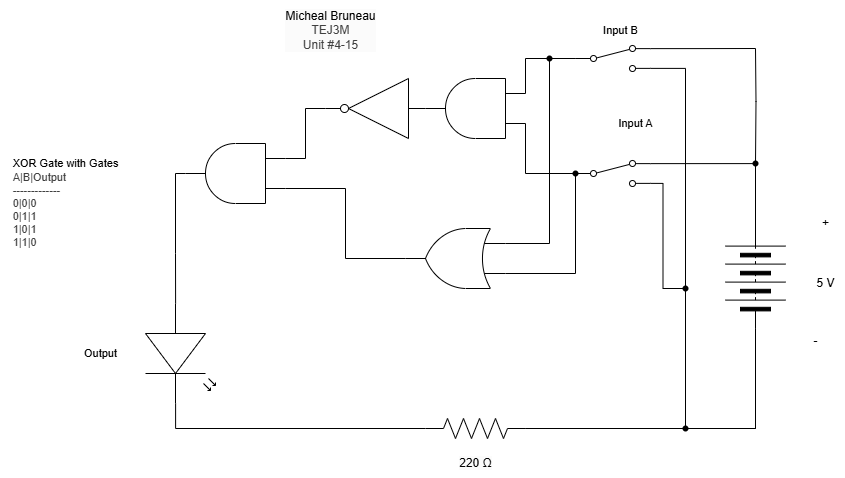
Before: TEJ3M-4-15/schematic_diagram.png, a diagram exported from draw.io (michael-bruneau/TEJ3M-Unit-4). Source tidied: cells renumbered, new cells last; positions are measured from the earlier drawing's top-left corner, leaving out a move shared by most shapes. Source of this version:
```xml
<mxGraphModel>
  <root>
    <mxCell id="0" />
    <mxCell id="1" parent="0" />
    <mxCell id="2" value="&lt;span style=&quot;scrollbar-color: rgb(226, 226, 226) rgb(251, 251, 251); background-color: rgb(251, 251, 251); color: rgb(0, 0, 0);&quot;&gt;Micheal Bruneau&lt;/span&gt;&lt;div style=&quot;scrollbar-color: rgb(226, 226, 226) rgb(251, 251, 251); background-color: rgb(251, 251, 251); color: rgb(63, 63, 63);&quot;&gt;TEJ3M&lt;/div&gt;&lt;div style=&quot;scrollbar-color: rgb(226, 226, 226) rgb(251, 251, 251); background-color: rgb(251, 251, 251); color: rgb(63, 63, 63);&quot;&gt;Unit #4-15&lt;/div&gt;" style="text;html=1;align=center;verticalAlign=middle;strokeColor=none;fillColor=none;" parent="1" vertex="1">
      <mxGeometry x="275" width="110" height="60" as="geometry" />
    </mxCell>
    <mxCell id="3" style="edgeStyle=orthogonalEdgeStyle;shape=connector;rounded=0;html=1;exitX=0;exitY=0.5;exitDx=0;exitDy=0;entryX=1;entryY=0.88;entryDx=0;entryDy=0;strokeColor=default;align=center;verticalAlign=middle;fontFamily=Helvetica;fontSize=11;fontColor=default;labelBackgroundColor=default;endArrow=none;endFill=0;" parent="1" edge="1" source="4" target="19">
      <mxGeometry relative="1" as="geometry">
        <Array as="points">
          <mxPoint x="755" y="428" />
          <mxPoint x="685" y="428" />
          <mxPoint x="685" y="68" />
        </Array>
      </mxGeometry>
    </mxCell>
    <mxCell id="4" style="verticalLabelPosition=bottom;shadow=0;dashed=0;align=center;html=1;verticalAlign=top;shape=mxgraph.electrical.miscellaneous.batteryStack;rotation=-90;" parent="1" vertex="1">
      <mxGeometry x="705" y="248" width="100" height="60" as="geometry" />
    </mxCell>
    <mxCell id="5" value="+" style="text;html=1;align=center;verticalAlign=middle;strokeColor=none;fillColor=none;" parent="1" vertex="1">
      <mxGeometry x="810" y="208" width="30" height="30" as="geometry" />
    </mxCell>
    <mxCell id="6" value="-" style="text;html=1;align=center;verticalAlign=middle;strokeColor=none;fillColor=none;" parent="1" vertex="1">
      <mxGeometry x="800" y="326" width="30" height="30" as="geometry" />
    </mxCell>
    <mxCell id="7" value="5 V" style="text;html=1;align=center;verticalAlign=middle;strokeColor=none;fillColor=none;" parent="1" vertex="1">
      <mxGeometry x="805" y="268" width="40" height="30" as="geometry" />
    </mxCell>
    <mxCell id="8" style="edgeStyle=orthogonalEdgeStyle;shape=connector;curved=0;rounded=0;html=1;exitDx=0;exitDy=0;exitPerimeter=0;entryX=0;entryY=0.5;entryDx=0;entryDy=0;strokeColor=default;align=center;verticalAlign=middle;fontFamily=Helvetica;fontSize=11;fontColor=default;labelBackgroundColor=default;endArrow=none;endFill=0;" parent="1" edge="1" source="12" target="4">
      <mxGeometry relative="1" as="geometry" />
    </mxCell>
    <mxCell id="9" style="edgeStyle=orthogonalEdgeStyle;shape=connector;curved=0;rounded=0;html=1;exitDx=0;exitDy=0;exitPerimeter=0;strokeColor=default;align=center;verticalAlign=middle;fontFamily=Helvetica;fontSize=11;fontColor=default;labelBackgroundColor=default;endArrow=none;endFill=0;entryX=1;entryY=0.88;entryDx=0;entryDy=0;" parent="1" edge="1" source="21" target="17">
      <mxGeometry relative="1" as="geometry" />
    </mxCell>
    <mxCell id="10" style="verticalLabelPosition=bottom;shadow=0;dashed=0;align=center;html=1;verticalAlign=top;shape=mxgraph.electrical.resistors.resistor_2;fontFamily=Helvetica;fontSize=11;fontColor=default;labelBackgroundColor=default;" parent="1" vertex="1">
      <mxGeometry x="425" y="418" width="100" height="20" as="geometry" />
    </mxCell>
    <mxCell id="11" style="edgeStyle=orthogonalEdgeStyle;shape=connector;curved=0;rounded=0;html=1;exitX=1;exitY=0.5;exitDx=0;exitDy=0;exitPerimeter=0;entryDx=0;entryDy=0;strokeColor=default;align=center;verticalAlign=middle;fontFamily=Helvetica;fontSize=11;fontColor=default;labelBackgroundColor=default;endArrow=none;endFill=0;" parent="1" edge="1" source="10" target="12">
      <mxGeometry relative="1" as="geometry" />
    </mxCell>
    <mxCell id="12" style="shape=waypoint;sketch=0;fillStyle=solid;size=6;points=[];fillColor=none;perimeter=centerPerimeter;snapToPoint=1;fontFamily=Helvetica;fontSize=11;fontColor=default;labelBackgroundColor=default;" parent="1" vertex="1">
      <mxGeometry x="675" y="418" width="20" height="20" as="geometry" />
    </mxCell>
    <mxCell id="13" value="Input A" style="text;html=1;align=center;verticalAlign=middle;strokeColor=none;fillColor=none;fontFamily=Helvetica;fontSize=11;fontColor=default;labelBackgroundColor=default;" parent="1" vertex="1">
      <mxGeometry x="605" y="108" width="60" height="30" as="geometry" />
    </mxCell>
    <mxCell id="14" value="&lt;span style=&quot;color: rgb(0, 0, 0); font-size: 12px; background-color: rgb(251, 251, 251);&quot;&gt;220 Ω&lt;/span&gt;" style="text;html=1;align=center;verticalAlign=middle;strokeColor=none;fillColor=none;fontFamily=Helvetica;fontSize=11;fontColor=default;labelBackgroundColor=default;" parent="1" vertex="1">
      <mxGeometry x="445" y="448" width="60" height="30" as="geometry" />
    </mxCell>
    <mxCell id="15" value="Output" style="text;html=1;align=center;verticalAlign=middle;strokeColor=none;fillColor=none;fontFamily=Helvetica;fontSize=11;fontColor=default;labelBackgroundColor=default;" parent="1" vertex="1">
      <mxGeometry x="70" y="338" width="60" height="30" as="geometry" />
    </mxCell>
    <mxCell id="16" style="edgeStyle=orthogonalEdgeStyle;shape=connector;rounded=0;html=1;exitX=1;exitY=0.12;exitDx=0;exitDy=0;entryX=1;entryY=0.5;entryDx=0;entryDy=0;strokeColor=default;align=center;verticalAlign=middle;fontFamily=Helvetica;fontSize=11;fontColor=default;labelBackgroundColor=default;endArrow=none;endFill=0;" parent="1" edge="1" source="17" target="4">
      <mxGeometry relative="1" as="geometry" />
    </mxCell>
    <mxCell id="17" style="html=1;shape=mxgraph.electrical.electro-mechanical.twoWaySwitch;elSwitchState=2;" parent="1" vertex="1">
      <mxGeometry x="575" y="160" width="75" height="26" as="geometry" />
    </mxCell>
    <mxCell id="18" value="Input B" style="text;html=1;align=center;verticalAlign=middle;strokeColor=none;fillColor=none;fontFamily=Helvetica;fontSize=11;fontColor=default;labelBackgroundColor=default;" parent="1" vertex="1">
      <mxGeometry x="590" y="15" width="60" height="30" as="geometry" />
    </mxCell>
    <mxCell id="19" style="html=1;shape=mxgraph.electrical.electro-mechanical.twoWaySwitch;elSwitchState=2;" parent="1" vertex="1">
      <mxGeometry x="575" y="45" width="75" height="26" as="geometry" />
    </mxCell>
    <mxCell id="20" style="edgeStyle=orthogonalEdgeStyle;shape=connector;curved=0;rounded=0;html=1;exitX=1;exitY=0.5;exitDx=0;exitDy=0;exitPerimeter=0;strokeColor=default;align=center;verticalAlign=middle;fontFamily=Helvetica;fontSize=11;fontColor=default;labelBackgroundColor=default;endArrow=none;endFill=0;entryDx=0;entryDy=0;" parent="1" edge="1" source="10" target="21">
      <mxGeometry relative="1" as="geometry">
        <Array as="points">
          <mxPoint x="685" y="428" />
        </Array>
      </mxGeometry>
    </mxCell>
    <mxCell id="21" style="shape=waypoint;sketch=0;fillStyle=solid;size=6;points=[];fillColor=none;perimeter=centerPerimeter;snapToPoint=1;fontFamily=Helvetica;fontSize=11;fontColor=default;labelBackgroundColor=default;" parent="1" vertex="1">
      <mxGeometry x="675" y="278" width="20" height="20" as="geometry" />
    </mxCell>
    <mxCell id="22" value="&lt;div style=&quot;scrollbar-color: rgb(226, 226, 226) rgb(251, 251, 251); font-size: 11px; text-align: left; color: rgb(63, 63, 63);&quot;&gt;&lt;font color=&quot;#000000&quot;&gt;&lt;span style=&quot;background-color: rgb(255, 255, 255);&quot;&gt;XOR Gate with Gates&lt;/span&gt;&lt;/font&gt;&lt;/div&gt;&lt;div style=&quot;scrollbar-color: rgb(226, 226, 226) rgb(251, 251, 251); font-size: 11px; text-align: left; color: rgb(63, 63, 63);&quot;&gt;&lt;span style=&quot;color: light-dark(rgb(63, 63, 63), rgb(183, 183, 183));&quot;&gt;A|B|Output&lt;/span&gt;&lt;/div&gt;&lt;div style=&quot;color: rgb(63, 63, 63); scrollbar-color: rgb(226, 226, 226) rgb(251, 251, 251); font-size: 11px; text-align: left;&quot;&gt;-------------&lt;/div&gt;&lt;div style=&quot;color: rgb(63, 63, 63); scrollbar-color: rgb(226, 226, 226) rgb(251, 251, 251); font-size: 11px; text-align: left;&quot;&gt;0|0|0&lt;/div&gt;&lt;div style=&quot;color: rgb(63, 63, 63); scrollbar-color: rgb(226, 226, 226) rgb(251, 251, 251); font-size: 11px; text-align: left;&quot;&gt;0|1|1&lt;/div&gt;&lt;div style=&quot;color: rgb(63, 63, 63); scrollbar-color: rgb(226, 226, 226) rgb(251, 251, 251); font-size: 11px; text-align: left;&quot;&gt;1|0|1&lt;/div&gt;&lt;div style=&quot;color: rgb(63, 63, 63); scrollbar-color: rgb(226, 226, 226) rgb(251, 251, 251); font-size: 11px; text-align: left;&quot;&gt;1|1|0&lt;/div&gt;" style="text;html=1;align=center;verticalAlign=middle;strokeColor=none;fillColor=none;" parent="1" vertex="1">
      <mxGeometry y="148" width="130" height="110" as="geometry" />
    </mxCell>
    <mxCell id="23" style="edgeStyle=orthogonalEdgeStyle;shape=connector;rounded=0;html=1;exitDx=0;exitDy=0;entryDx=0;entryDy=0;entryPerimeter=0;strokeColor=default;align=center;verticalAlign=middle;fontFamily=Helvetica;fontSize=11;fontColor=default;labelBackgroundColor=default;endArrow=none;endFill=0;" parent="1" edge="1" target="24">
      <mxGeometry relative="1" as="geometry">
        <mxPoint x="755" y="48" as="sourcePoint" />
      </mxGeometry>
    </mxCell>
    <mxCell id="24" style="shape=waypoint;sketch=0;fillStyle=solid;size=6;points=[];fillColor=none;perimeter=centerPerimeter;snapToPoint=1;fontFamily=Helvetica;fontSize=11;fontColor=default;labelBackgroundColor=default;" parent="1" vertex="1">
      <mxGeometry x="745" y="153" width="20" height="20" as="geometry" />
    </mxCell>
    <mxCell id="25" style="edgeStyle=orthogonalEdgeStyle;shape=connector;rounded=0;html=1;exitX=1;exitY=0.12;exitDx=0;exitDy=0;entryDx=0;entryDy=0;entryPerimeter=0;strokeColor=default;align=center;verticalAlign=middle;fontFamily=Helvetica;fontSize=11;fontColor=default;labelBackgroundColor=default;endArrow=none;endFill=0;" parent="1" edge="1" source="19">
      <mxGeometry relative="1" as="geometry">
        <mxPoint x="755" y="48" as="targetPoint" />
      </mxGeometry>
    </mxCell>
    <mxCell id="26" style="edgeStyle=orthogonalEdgeStyle;shape=connector;rounded=0;html=1;exitX=1;exitY=0.5;exitDx=0;exitDy=0;strokeColor=default;align=center;verticalAlign=middle;fontFamily=Helvetica;fontSize=11;fontColor=default;labelBackgroundColor=default;endArrow=none;endFill=0;" parent="1" edge="1" source="4" target="24">
      <mxGeometry relative="1" as="geometry">
        <Array as="points">
          <mxPoint x="755" y="248" />
          <mxPoint x="755" y="248" />
        </Array>
      </mxGeometry>
    </mxCell>
    <mxCell id="27" style="edgeStyle=orthogonalEdgeStyle;shape=connector;rounded=0;html=1;exitX=0;exitY=0.25;exitDx=0;exitDy=0;exitPerimeter=0;entryX=0;entryY=0.5;entryDx=0;entryDy=0;strokeColor=default;align=center;verticalAlign=middle;fontFamily=Helvetica;fontSize=11;fontColor=default;labelBackgroundColor=default;endArrow=none;endFill=0;" parent="1" edge="1" source="32" target="17">
      <mxGeometry relative="1" as="geometry">
        <Array as="points">
          <mxPoint x="525" y="173" />
        </Array>
      </mxGeometry>
    </mxCell>
    <mxCell id="28" style="edgeStyle=orthogonalEdgeStyle;html=1;exitX=0;exitY=0.5;exitDx=0;exitDy=0;entryX=0;entryY=0.75;entryDx=0;entryDy=0;entryPerimeter=0;endArrow=none;endFill=0;rounded=0;" parent="1" edge="1" source="19" target="32">
      <mxGeometry relative="1" as="geometry">
        <Array as="points">
          <mxPoint x="525" y="58" />
        </Array>
      </mxGeometry>
    </mxCell>
    <mxCell id="29" style="verticalLabelPosition=bottom;shadow=0;dashed=0;align=center;html=1;verticalAlign=top;shape=mxgraph.electrical.opto_electronics.led_2;fontFamily=Helvetica;fontSize=11;fontColor=default;labelBackgroundColor=default;rotation=90;" parent="1" vertex="1">
      <mxGeometry x="130" y="318" width="100" height="70" as="geometry" />
    </mxCell>
    <mxCell id="30" style="edgeStyle=orthogonalEdgeStyle;shape=connector;rounded=0;html=1;exitX=1;exitY=0.57;exitDx=0;exitDy=0;exitPerimeter=0;entryX=0;entryY=0.5;entryDx=0;entryDy=0;entryPerimeter=0;strokeColor=default;align=center;verticalAlign=middle;fontFamily=Helvetica;fontSize=11;fontColor=default;labelBackgroundColor=default;endArrow=none;endFill=0;" parent="1" edge="1" source="29" target="10">
      <mxGeometry relative="1" as="geometry" />
    </mxCell>
    <mxCell id="31" style="verticalLabelPosition=bottom;shadow=0;dashed=0;align=center;html=1;verticalAlign=top;shape=mxgraph.electrical.logic_gates.inverter_2;rotation=-180;" parent="1" vertex="1">
      <mxGeometry x="325" y="78" width="100" height="60" as="geometry" />
    </mxCell>
    <mxCell id="32" style="verticalLabelPosition=bottom;shadow=0;dashed=0;align=center;html=1;verticalAlign=top;shape=mxgraph.electrical.logic_gates.logic_gate;operation=and;rotation=-180;" parent="1" vertex="1">
      <mxGeometry x="425" y="78" width="100" height="60" as="geometry" />
    </mxCell>
    <mxCell id="33" style="verticalLabelPosition=bottom;shadow=0;dashed=0;align=center;html=1;verticalAlign=top;shape=mxgraph.electrical.logic_gates.logic_gate;operation=and;rotation=-180;" parent="1" vertex="1">
      <mxGeometry x="185" y="143" width="100" height="60" as="geometry" />
    </mxCell>
    <mxCell id="34" style="edgeStyle=orthogonalEdgeStyle;html=1;exitX=1;exitY=0.5;exitDx=0;exitDy=0;exitPerimeter=0;entryX=0;entryY=0.57;entryDx=0;entryDy=0;entryPerimeter=0;rounded=0;endArrow=none;endFill=0;" parent="1" edge="1" source="33" target="29">
      <mxGeometry relative="1" as="geometry" />
    </mxCell>
    <mxCell id="35" style="verticalLabelPosition=bottom;shadow=0;dashed=0;align=center;html=1;verticalAlign=top;shape=mxgraph.electrical.logic_gates.logic_gate;operation=or;rotation=-180;" parent="1" vertex="1">
      <mxGeometry x="405" y="228" width="100" height="60" as="geometry" />
    </mxCell>
    <mxCell id="36" style="edgeStyle=orthogonalEdgeStyle;html=1;exitX=0;exitY=0.5;exitDx=0;exitDy=0;exitPerimeter=0;entryX=1;entryY=0.5;entryDx=0;entryDy=0;entryPerimeter=0;rounded=0;endArrow=none;endFill=0;" parent="1" edge="1" source="31" target="32">
      <mxGeometry relative="1" as="geometry" />
    </mxCell>
    <mxCell id="37" style="edgeStyle=orthogonalEdgeStyle;shape=connector;rounded=0;html=1;exitX=1;exitY=0.5;exitDx=0;exitDy=0;exitPerimeter=0;entryX=0;entryY=0.75;entryDx=0;entryDy=0;entryPerimeter=0;strokeColor=default;align=center;verticalAlign=middle;fontFamily=Helvetica;fontSize=11;fontColor=default;labelBackgroundColor=default;endArrow=none;endFill=0;" parent="1" edge="1" source="31" target="33">
      <mxGeometry relative="1" as="geometry" />
    </mxCell>
    <mxCell id="38" style="edgeStyle=orthogonalEdgeStyle;shape=connector;rounded=0;html=1;exitX=0;exitY=0.25;exitDx=0;exitDy=0;exitPerimeter=0;entryX=1;entryY=0.5;entryDx=0;entryDy=0;entryPerimeter=0;strokeColor=default;align=center;verticalAlign=middle;fontFamily=Helvetica;fontSize=11;fontColor=default;labelBackgroundColor=default;endArrow=none;endFill=0;" parent="1" edge="1" source="33" target="35">
      <mxGeometry relative="1" as="geometry" />
    </mxCell>
    <mxCell id="39" style="edgeStyle=orthogonalEdgeStyle;shape=connector;rounded=0;html=1;exitDx=0;exitDy=0;entryX=0;entryY=0.75;entryDx=0;entryDy=0;entryPerimeter=0;strokeColor=default;align=center;verticalAlign=middle;fontFamily=Helvetica;fontSize=11;fontColor=default;labelBackgroundColor=default;endArrow=none;endFill=0;" parent="1" edge="1" source="42" target="35">
      <mxGeometry relative="1" as="geometry">
        <Array as="points">
          <mxPoint x="549" y="243" />
        </Array>
      </mxGeometry>
    </mxCell>
    <mxCell id="40" style="edgeStyle=orthogonalEdgeStyle;shape=connector;rounded=0;html=1;exitDx=0;exitDy=0;entryX=0;entryY=0.25;entryDx=0;entryDy=0;entryPerimeter=0;strokeColor=default;align=center;verticalAlign=middle;fontFamily=Helvetica;fontSize=11;fontColor=default;labelBackgroundColor=default;endArrow=none;endFill=0;" parent="1" edge="1" source="44" target="35">
      <mxGeometry relative="1" as="geometry">
        <Array as="points">
          <mxPoint x="575" y="273" />
        </Array>
      </mxGeometry>
    </mxCell>
    <mxCell id="41" style="edgeStyle=orthogonalEdgeStyle;shape=connector;rounded=0;html=1;exitX=0;exitY=0.5;exitDx=0;exitDy=0;entryDx=0;entryDy=0;entryPerimeter=0;strokeColor=default;align=center;verticalAlign=middle;fontFamily=Helvetica;fontSize=11;fontColor=default;labelBackgroundColor=default;endArrow=none;endFill=0;" parent="1" edge="1" source="19" target="42">
      <mxGeometry relative="1" as="geometry" />
    </mxCell>
    <mxCell id="42" style="shape=waypoint;sketch=0;fillStyle=solid;size=6;points=[];fillColor=none;perimeter=centerPerimeter;snapToPoint=1;fontFamily=Helvetica;fontSize=11;fontColor=default;labelBackgroundColor=default;" parent="1" vertex="1">
      <mxGeometry x="539" y="48" width="20" height="20" as="geometry" />
    </mxCell>
    <mxCell id="43" style="edgeStyle=orthogonalEdgeStyle;shape=connector;rounded=0;html=1;exitX=0;exitY=0.5;exitDx=0;exitDy=0;entryDx=0;entryDy=0;entryPerimeter=0;strokeColor=default;align=center;verticalAlign=middle;fontFamily=Helvetica;fontSize=11;fontColor=default;labelBackgroundColor=default;endArrow=none;endFill=0;" parent="1" edge="1" source="17" target="44">
      <mxGeometry relative="1" as="geometry" />
    </mxCell>
    <mxCell id="44" style="shape=waypoint;sketch=0;fillStyle=solid;size=6;points=[];fillColor=none;perimeter=centerPerimeter;snapToPoint=1;fontFamily=Helvetica;fontSize=11;fontColor=default;labelBackgroundColor=default;" parent="1" vertex="1">
      <mxGeometry x="565" y="163" width="20" height="20" as="geometry" />
    </mxCell>
  </root>
</mxGraphModel>
```
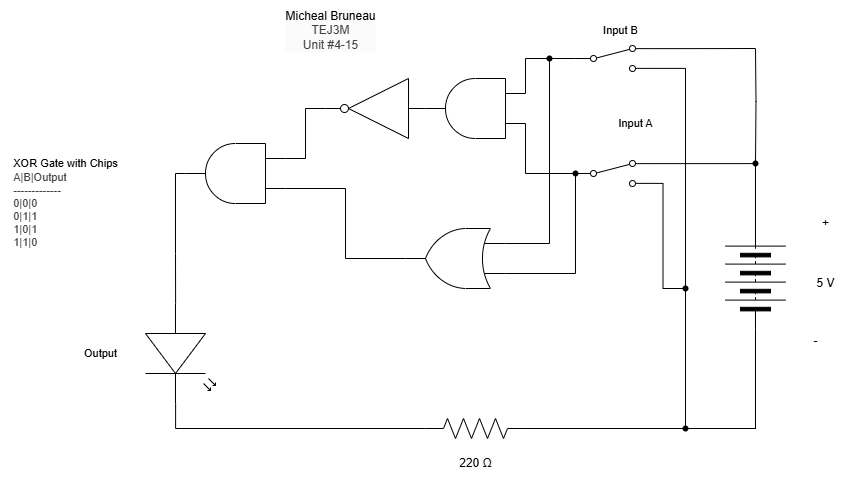
The same diagram one commit later.

Diff of the diagram source:
```diff
@@ -72,7 +72,7 @@
     <mxCell id="21" style="shape=waypoint;sketch=0;fillStyle=solid;size=6;points=[];fillColor=none;perimeter=centerPerimeter;snapToPoint=1;fontFamily=Helvetica;fontSize=11;fontColor=default;labelBackgroundColor=default;" parent="1" vertex="1">
       <mxGeometry x="675" y="278" width="20" height="20" as="geometry" />
     </mxCell>
-    <mxCell id="22" value="&lt;div style=&quot;scrollbar-color: rgb(226, 226, 226) rgb(251, 251, 251); font-size: 11px; text-align: left; color: rgb(63, 63, 63);&quot;&gt;&lt;font color=&quot;#000000&quot;&gt;&lt;span style=&quot;background-color: rgb(255, 255, 255);&quot;&gt;XOR Gate with Gates&lt;/span&gt;&lt;/font&gt;&lt;/div&gt;&lt;div style=&quot;scrollbar-color: rgb(226, 226, 226) rgb(251, 251, 251); font-size: 11px; text-align: left; color: rgb(63, 63, 63);&quot;&gt;&lt;span style=&quot;color: light-dark(rgb(63, 63, 63), rgb(183, 183, 183));&quot;&gt;A|B|Output&lt;/span&gt;&lt;/div&gt;&lt;div style=&quot;color: rgb(63, 63, 63); scrollbar-color: rgb(226, 226, 226) rgb(251, 251, 251); font-size: 11px; text-align: left;&quot;&gt;-------------&lt;/div&gt;&lt;div style=&quot;color: rgb(63, 63, 63); scrollbar-color: rgb(226, 226, 226) rgb(251, 251, 251); font-size: 11px; text-align: left;&quot;&gt;0|0|0&lt;/div&gt;&lt;div style=&quot;color: rgb(63, 63, 63); scrollbar-color: rgb(226, 226, 226) rgb(251, 251, 251); font-size: 11px; text-align: left;&quot;&gt;0|1|1&lt;/div&gt;&lt;div style=&quot;color: rgb(63, 63, 63); scrollbar-color: rgb(226, 226, 226) rgb(251, 251, 251); font-size: 11px; text-align: left;&quot;&gt;1|0|1&lt;/div&gt;&lt;div style=&quot;color: rgb(63, 63, 63); scrollbar-color: rgb(226, 226, 226) rgb(251, 251, 251); font-size: 11px; text-align: left;&quot;&gt;1|1|0&lt;/div&gt;" style="text;html=1;align=center;verticalAlign=middle;strokeColor=none;fillColor=none;" parent="1" vertex="1">
+    <mxCell id="22" value="&lt;div style=&quot;scrollbar-color: rgb(226, 226, 226) rgb(251, 251, 251); font-size: 11px; text-align: left; color: rgb(63, 63, 63);&quot;&gt;&lt;font color=&quot;#000000&quot;&gt;&lt;span style=&quot;background-color: rgb(255, 255, 255);&quot;&gt;XOR Gate with Chips&lt;/span&gt;&lt;/font&gt;&lt;/div&gt;&lt;div style=&quot;scrollbar-color: rgb(226, 226, 226) rgb(251, 251, 251); font-size: 11px; text-align: left; color: rgb(63, 63, 63);&quot;&gt;&lt;span style=&quot;color: light-dark(rgb(63, 63, 63), rgb(183, 183, 183));&quot;&gt;A|B|Output&lt;/span&gt;&lt;/div&gt;&lt;div style=&quot;color: rgb(63, 63, 63); scrollbar-color: rgb(226, 226, 226) rgb(251, 251, 251); font-size: 11px; text-align: left;&quot;&gt;-------------&lt;/div&gt;&lt;div style=&quot;color: rgb(63, 63, 63); scrollbar-color: rgb(226, 226, 226) rgb(251, 251, 251); font-size: 11px; text-align: left;&quot;&gt;0|0|0&lt;/div&gt;&lt;div style=&quot;color: rgb(63, 63, 63); scrollbar-color: rgb(226, 226, 226) rgb(251, 251, 251); font-size: 11px; text-align: left;&quot;&gt;0|1|1&lt;/div&gt;&lt;div style=&quot;color: rgb(63, 63, 63); scrollbar-color: rgb(226, 226, 226) rgb(251, 251, 251); font-size: 11px; text-align: left;&quot;&gt;1|0|1&lt;/div&gt;&lt;div style=&quot;color: rgb(63, 63, 63); scrollbar-color: rgb(226, 226, 226) rgb(251, 251, 251); font-size: 11px; text-align: left;&quot;&gt;1|1|0&lt;/div&gt;" style="text;html=1;align=center;verticalAlign=middle;strokeColor=none;fillColor=none;" parent="1" vertex="1">
       <mxGeometry y="148" width="130" height="110" as="geometry" />
     </mxCell>
     <mxCell id="23" style="edgeStyle=orthogonalEdgeStyle;shape=connector;rounded=0;html=1;exitDx=0;exitDy=0;entryDx=0;entryDy=0;entryPerimeter=0;strokeColor=default;align=center;verticalAlign=middle;fontFamily=Helvetica;fontSize=11;fontColor=default;labelBackgroundColor=default;endArrow=none;endFill=0;" parent="1" edge="1" target="24">
```
